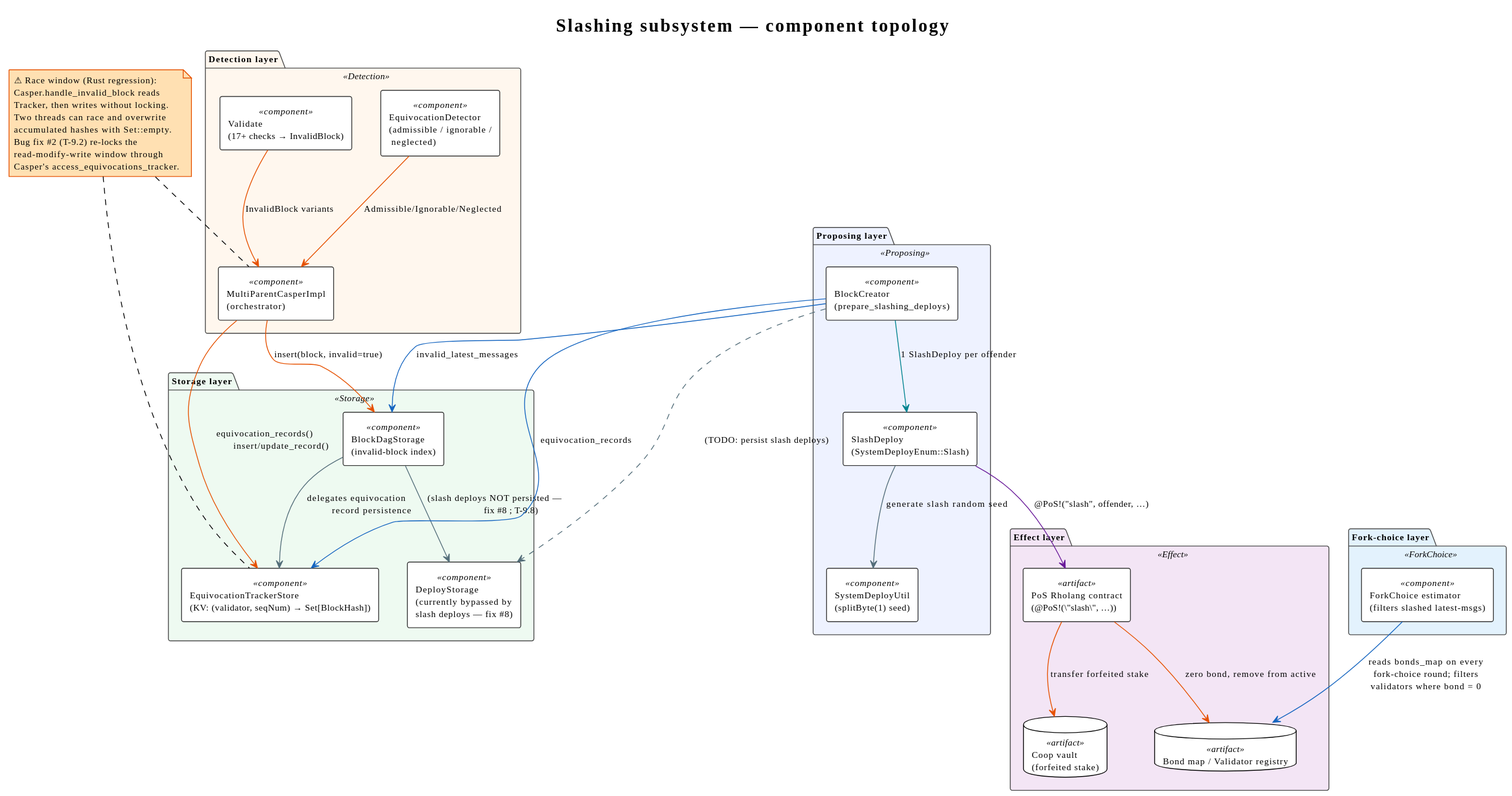
The PlantUML diagram docs/theory/slashing/diagrams/01-component-overview.svg in F1R3FLY-io/f1r3node-rust, before a commit.
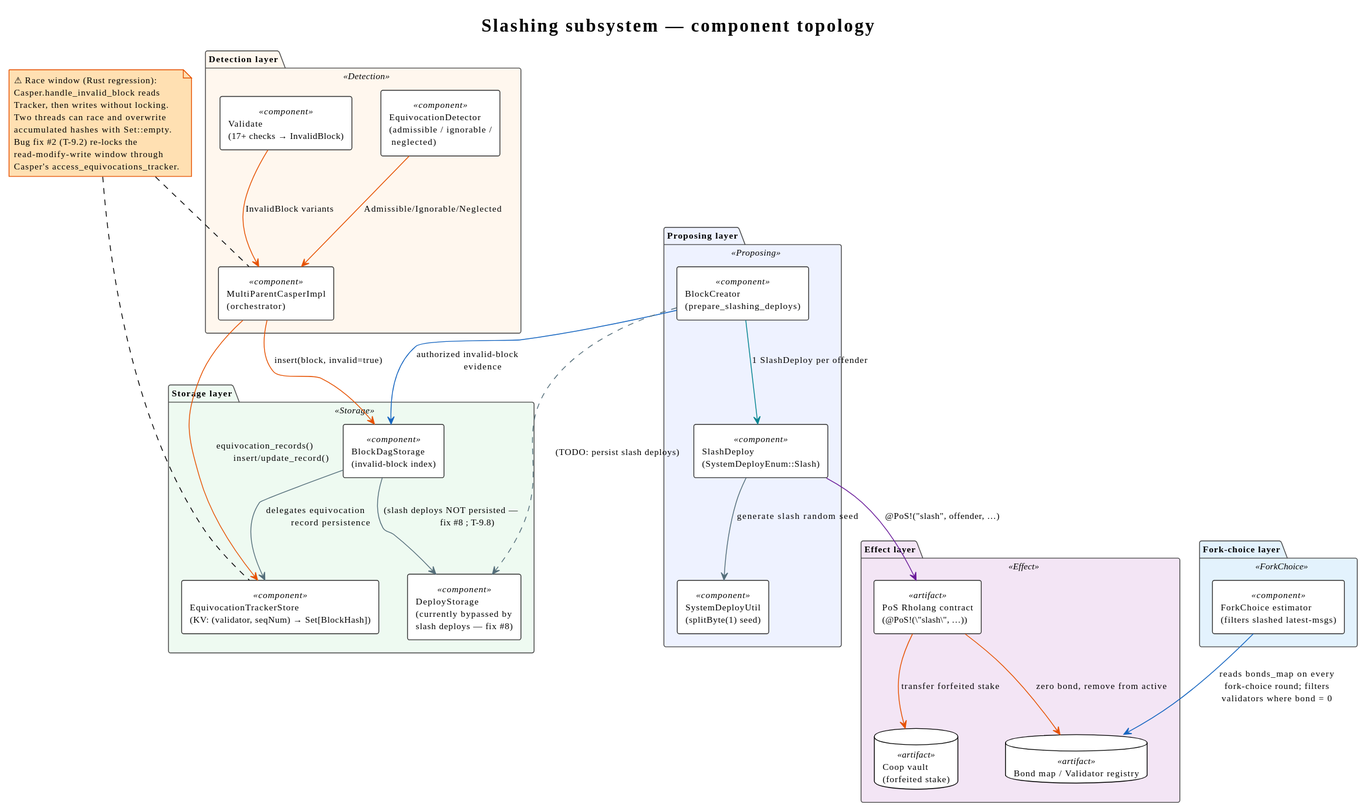
After the commit.

The edit, as a diff of the source:
```diff
@@ -73,8 +73,7 @@
 DagStore  -[#546E7A]down-> Tracker    : delegates equivocation\n             record persistence
 DagStore  -[#546E7A]down-> DeployStore : (slash deploys NOT persisted —\n              fix #8 ; T-9.8)
 
-Creator     -[#1565C0]-> DagStore     : invalid_latest_messages
-Creator     -[#1565C0]-> Tracker      : equivocation_records
+Creator     -[#1565C0]-> DagStore     : authorized invalid-block\n             evidence
 Creator     -[#00838F]-> SlashDep     : 1 SlashDeploy per offender
 SlashDep    -[#546E7A]-> SysDepUtil   : generate slash random seed
 Creator     -[#546E7A,dashed]-> DeployStore  : (TODO: persist slash deploys)
```
